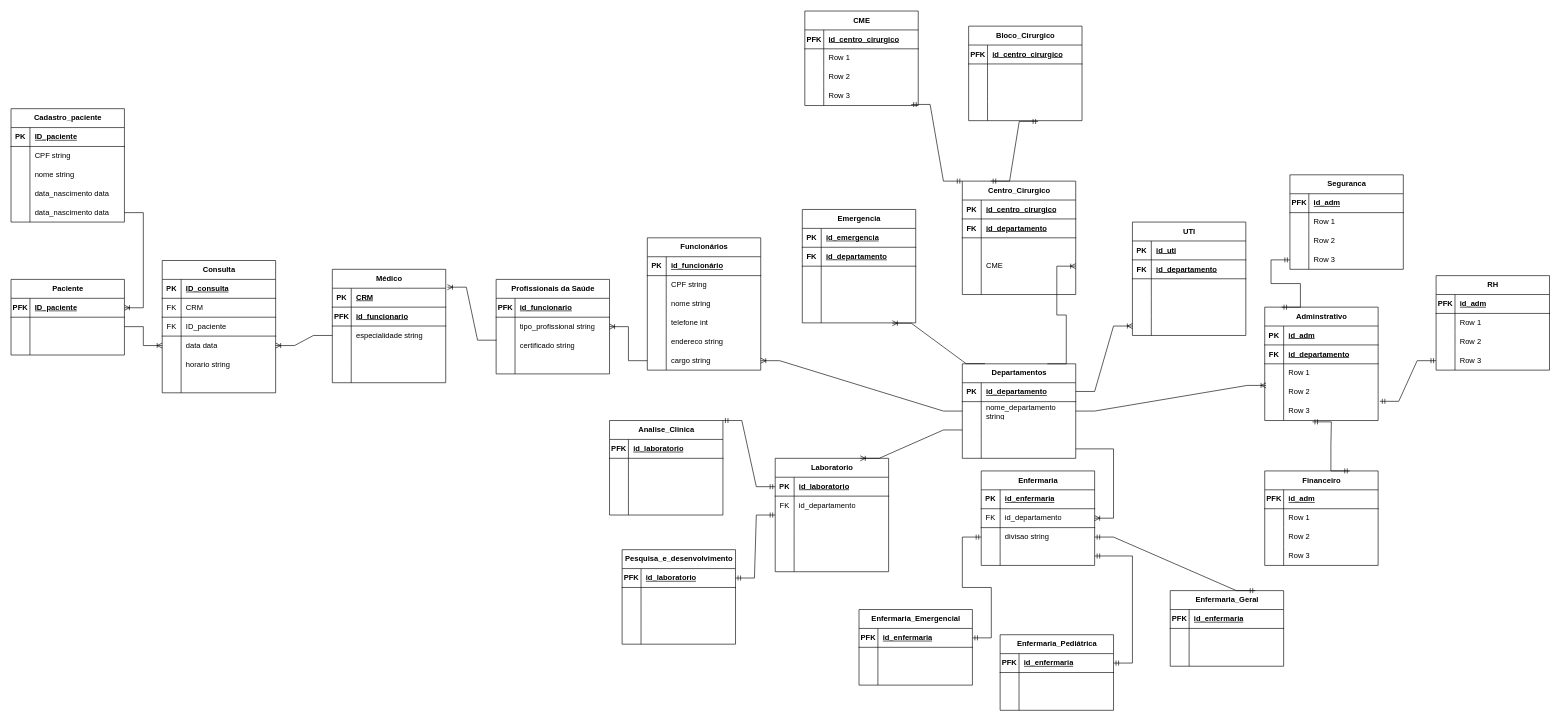
rafasilva9537/projeto_Hospital_BD keeps this draw.io diagram as Modelo Relacional/Modelo Lógico.drawio. Above is the earlier version. Source tidied: cells renumbered, new cells numbered last; positions are measured from the earlier drawing's top-left corner, leaving out a move shared by most shapes. Both pictures are drawn from the tidied source at 63%, with x=0, y=0 at pixel (11, 9).
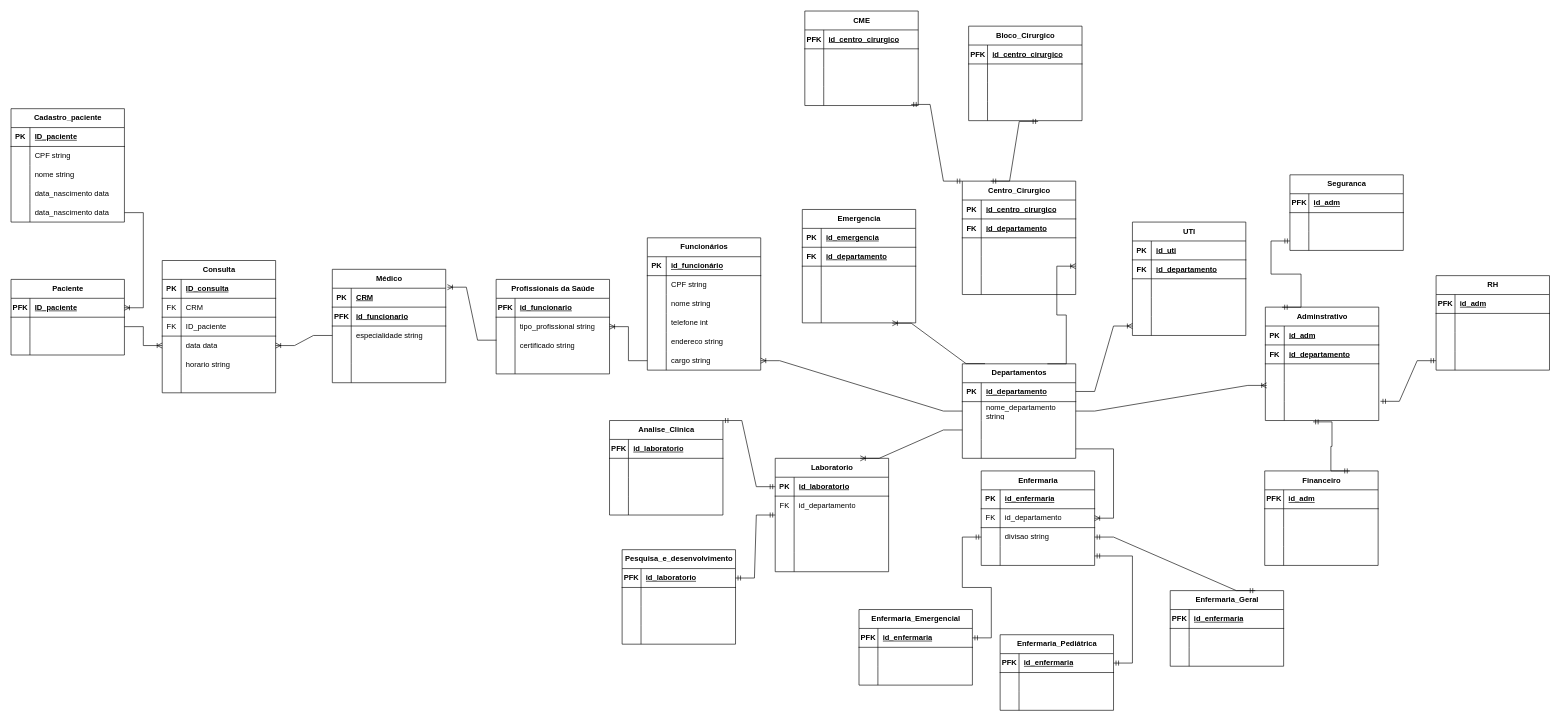
The same page after the edit.

Unchanged cells that the change refers to:
```xml
<mxCell id="41" style="shape=tableRow;horizontal=0;startSize=0;swimlaneHead=0;swimlaneBody=0;fillColor=none;top=0;left=0;right=0;bottom=0;" parent="34" vertex="1">
  <mxGeometry y="90" width="180" height="30" as="geometry" />
</mxCell>
<mxCell id="44" style="shape=tableRow;horizontal=0;startSize=0;swimlaneHead=0;swimlaneBody=0;fillColor=none;points=[[0,0.5],[1,0.5]];portConstraint=eastwest;top=0;left=0;right=0;bottom=0;" parent="34" vertex="1">
  <mxGeometry y="120" width="180" height="30" as="geometry" />
</mxCell>
<mxCell id="47" style="shape=tableRow;horizontal=0;startSize=0;swimlaneHead=0;swimlaneBody=0;fillColor=none;points=[[0,0.5],[1,0.5]];portConstraint=eastwest;top=0;left=0;right=0;bottom=0;" parent="34" vertex="1">
  <mxGeometry y="150" width="180" height="30" as="geometry" />
</mxCell>
<mxCell id="152" style="shape=tableRow;horizontal=0;startSize=0;swimlaneHead=0;swimlaneBody=0;fillColor=none;points=[[0,0.5],[1,0.5]];portConstraint=eastwest;top=0;left=0;right=0;bottom=0;" parent="142" vertex="1">
  <mxGeometry y="120" width="180" height="30" as="geometry" />
</mxCell>
<mxCell id="230" style="shape=tableRow;horizontal=0;startSize=0;swimlaneHead=0;swimlaneBody=0;fillColor=none;top=0;left=0;right=0;bottom=0;" parent="226" vertex="1">
  <mxGeometry y="60" width="180" height="30" as="geometry" />
</mxCell>
<mxCell id="233" style="shape=tableRow;horizontal=0;startSize=0;swimlaneHead=0;swimlaneBody=0;fillColor=none;top=0;left=0;right=0;bottom=0;" parent="226" vertex="1">
  <mxGeometry y="90" width="180" height="30" as="geometry" />
</mxCell>
<mxCell id="236" style="shape=tableRow;horizontal=0;startSize=0;swimlaneHead=0;swimlaneBody=0;fillColor=none;points=[[0,0.5],[1,0.5]];portConstraint=eastwest;top=0;left=0;right=0;bottom=0;" parent="226" vertex="1">
  <mxGeometry y="120" width="180" height="30" as="geometry" />
</mxCell>
<mxCell id="243" style="shape=tableRow;horizontal=0;startSize=0;swimlaneHead=0;swimlaneBody=0;fillColor=none;top=0;left=0;right=0;bottom=0;" parent="239" vertex="1">
  <mxGeometry y="60" width="180" height="30" as="geometry" />
</mxCell>
<mxCell id="246" style="shape=tableRow;horizontal=0;startSize=0;swimlaneHead=0;swimlaneBody=0;fillColor=none;top=0;left=0;right=0;bottom=0;" parent="239" vertex="1">
  <mxGeometry y="90" width="180" height="30" as="geometry" />
</mxCell>
<mxCell id="249" style="shape=tableRow;horizontal=0;startSize=0;swimlaneHead=0;swimlaneBody=0;fillColor=none;top=0;left=0;right=0;bottom=0;" parent="239" vertex="1">
  <mxGeometry y="120" width="180" height="30" as="geometry" />
</mxCell>
<mxCell id="256" style="shape=tableRow;horizontal=0;startSize=0;swimlaneHead=0;swimlaneBody=0;fillColor=none;top=0;left=0;right=0;bottom=0;" parent="252" vertex="1">
  <mxGeometry y="60" width="180" height="30" as="geometry" />
</mxCell>
<mxCell id="317" style="shape=tableRow;horizontal=0;startSize=0;swimlaneHead=0;swimlaneBody=0;fillColor=none;top=0;left=0;right=0;bottom=0;" parent="313" vertex="1">
  <mxGeometry y="60" width="180" height="30" as="geometry" />
</mxCell>
<mxCell id="320" style="shape=tableRow;horizontal=0;startSize=0;swimlaneHead=0;swimlaneBody=0;fillColor=none;top=0;left=0;right=0;bottom=0;" parent="313" vertex="1">
  <mxGeometry y="90" width="180" height="30" as="geometry" />
</mxCell>
<mxCell id="323" style="shape=tableRow;horizontal=0;startSize=0;swimlaneHead=0;swimlaneBody=0;fillColor=none;points=[[0,0.5],[1,0.5]];portConstraint=eastwest;top=0;left=0;right=0;bottom=0;" parent="313" vertex="1">
  <mxGeometry y="120" width="180" height="30" as="geometry" />
</mxCell>
```

Change to the diagram source:
```diff
@@
     <mxCell id="34" value="Adminstrativo" style="shape=table;startSize=30;childLayout=tableLayout;rowLines=0;fontStyle=1;align=center;html=1;" parent="1" vertex="1">
-      <mxGeometry x="1990" y="472" width="180" height="180" as="geometry" />
+      <mxGeometry x="1991" y="472" width="180" height="180" as="geometry" />
     </mxCell>
@@
-    <mxCell id="43" value="Row 1" style="shape=partialRectangle;fillColor=none;top=0;left=0;bottom=0;right=0;align=left;spacingLeft=6;overflow=hidden;whiteSpace=wrap;html=1;" parent="41" vertex="1">
+    <mxCell id="43" style="shape=partialRectangle;fillColor=none;top=0;left=0;bottom=0;right=0;align=left;spacingLeft=6;overflow=hidden;whiteSpace=wrap;html=1;" parent="41" vertex="1">
       <mxGeometry x="30" width="150" height="30" as="geometry" />
     </mxCell>
@@
-    <mxCell id="46" value="Row 2" style="shape=partialRectangle;fillColor=none;top=0;left=0;bottom=0;right=0;align=left;spacingLeft=6;overflow=hidden;whiteSpace=wrap;html=1;" parent="44" vertex="1">
+    <mxCell id="46" style="shape=partialRectangle;fillColor=none;top=0;left=0;bottom=0;right=0;align=left;spacingLeft=6;overflow=hidden;whiteSpace=wrap;html=1;" parent="44" vertex="1">
       <mxGeometry x="30" width="150" height="30" as="geometry" />
     </mxCell>
@@
-    <mxCell id="49" value="Row 3" style="shape=partialRectangle;fillColor=none;top=0;left=0;bottom=0;right=0;align=left;spacingLeft=6;overflow=hidden;whiteSpace=wrap;html=1;" parent="47" vertex="1">
+    <mxCell id="49" style="shape=partialRectangle;fillColor=none;top=0;left=0;bottom=0;right=0;align=left;spacingLeft=6;overflow=hidden;whiteSpace=wrap;html=1;" parent="47" vertex="1">
       <mxGeometry x="30" width="150" height="30" as="geometry" />
     </mxCell>
@@
-    <mxCell id="154" value="CME" style="shape=partialRectangle;fillColor=none;top=0;left=0;bottom=0;right=0;align=left;spacingLeft=6;overflow=hidden;whiteSpace=wrap;html=1;" parent="152" vertex="1">
+    <mxCell id="154" style="shape=partialRectangle;fillColor=none;top=0;left=0;bottom=0;right=0;align=left;spacingLeft=6;overflow=hidden;whiteSpace=wrap;html=1;" parent="152" vertex="1">
       <mxGeometry x="30" width="150" height="30" as="geometry" />
     </mxCell>
@@
-    <mxCell id="232" value="Row 1" style="shape=partialRectangle;fillColor=none;top=0;left=0;bottom=0;right=0;align=left;spacingLeft=6;overflow=hidden;whiteSpace=wrap;html=1;" parent="230" vertex="1">
+    <mxCell id="232" style="shape=partialRectangle;fillColor=none;top=0;left=0;bottom=0;right=0;align=left;spacingLeft=6;overflow=hidden;whiteSpace=wrap;html=1;" parent="230" vertex="1">
       <mxGeometry x="30" width="150" height="30" as="geometry" />
     </mxCell>
@@
-    <mxCell id="235" value="Row 2" style="shape=partialRectangle;fillColor=none;top=0;left=0;bottom=0;right=0;align=left;spacingLeft=6;overflow=hidden;whiteSpace=wrap;html=1;" parent="233" vertex="1">
+    <mxCell id="235" style="shape=partialRectangle;fillColor=none;top=0;left=0;bottom=0;right=0;align=left;spacingLeft=6;overflow=hidden;whiteSpace=wrap;html=1;" parent="233" vertex="1">
       <mxGeometry x="30" width="150" height="30" as="geometry" />
     </mxCell>
@@
-    <mxCell id="238" value="Row 3" style="shape=partialRectangle;fillColor=none;top=0;left=0;bottom=0;right=0;align=left;spacingLeft=6;overflow=hidden;whiteSpace=wrap;html=1;" parent="236" vertex="1">
+    <mxCell id="238" style="shape=partialRectangle;fillColor=none;top=0;left=0;bottom=0;right=0;align=left;spacingLeft=6;overflow=hidden;whiteSpace=wrap;html=1;" parent="236" vertex="1">
       <mxGeometry x="30" width="150" height="30" as="geometry" />
     </mxCell>
@@
-    <mxCell id="245" value="Row 1" style="shape=partialRectangle;fillColor=none;top=0;left=0;bottom=0;right=0;align=left;spacingLeft=6;overflow=hidden;whiteSpace=wrap;html=1;" parent="243" vertex="1">
+    <mxCell id="245" style="shape=partialRectangle;fillColor=none;top=0;left=0;bottom=0;right=0;align=left;spacingLeft=6;overflow=hidden;whiteSpace=wrap;html=1;" parent="243" vertex="1">
       <mxGeometry x="30" width="150" height="30" as="geometry" />
     </mxCell>
@@
-    <mxCell id="248" value="Row 2" style="shape=partialRectangle;fillColor=none;top=0;left=0;bottom=0;right=0;align=left;spacingLeft=6;overflow=hidden;whiteSpace=wrap;html=1;" parent="246" vertex="1">
+    <mxCell id="248" style="shape=partialRectangle;fillColor=none;top=0;left=0;bottom=0;right=0;align=left;spacingLeft=6;overflow=hidden;whiteSpace=wrap;html=1;" parent="246" vertex="1">
       <mxGeometry x="30" width="150" height="30" as="geometry" />
     </mxCell>
@@
-    <mxCell id="251" value="Row 3" style="shape=partialRectangle;fillColor=none;top=0;left=0;bottom=0;right=0;align=left;spacingLeft=6;overflow=hidden;whiteSpace=wrap;html=1;" parent="249" vertex="1">
+    <mxCell id="251" style="shape=partialRectangle;fillColor=none;top=0;left=0;bottom=0;right=0;align=left;spacingLeft=6;overflow=hidden;whiteSpace=wrap;html=1;" parent="249" vertex="1">
       <mxGeometry x="30" width="150" height="30" as="geometry" />
     </mxCell>
     <mxCell id="252" value="Seguranca" style="shape=table;startSize=30;childLayout=tableLayout;rowLines=0;fontStyle=1;align=center;html=1;" parent="1" vertex="1">
-      <mxGeometry x="2030" y="262" width="180" height="150" as="geometry" />
+      <mxGeometry x="2030" y="262" width="180" height="120" as="geometry" />
     </mxCell>
@@
-    <mxCell id="258" value="Row 1" style="shape=partialRectangle;fillColor=none;top=0;left=0;bottom=0;right=0;align=left;spacingLeft=6;overflow=hidden;whiteSpace=wrap;html=1;" parent="256" vertex="1">
+    <mxCell id="258" style="shape=partialRectangle;fillColor=none;top=0;left=0;bottom=0;right=0;align=left;spacingLeft=6;overflow=hidden;whiteSpace=wrap;html=1;" parent="256" vertex="1">
       <mxGeometry x="30" width="150" height="30" as="geometry" />
     </mxCell>
-    <mxCell id="259" style="shape=tableRow;horizontal=0;startSize=0;swimlaneHead=0;swimlaneBody=0;fillColor=none;top=0;left=0;right=0;bottom=0;" parent="252" vertex="1">
-      <mxGeometry y="90" width="180" height="30" as="geometry" />
-    </mxCell>
-    <mxCell id="260" style="shape=partialRectangle;fillColor=none;top=0;left=0;bottom=0;right=0;overflow=hidden;whiteSpace=wrap;html=1;" parent="259" vertex="1">
-      <mxGeometry width="30" height="30" as="geometry" />
-    </mxCell>
-    <mxCell id="261" value="Row 2" style="shape=partialRectangle;fillColor=none;top=0;left=0;bottom=0;right=0;align=left;spacingLeft=6;overflow=hidden;whiteSpace=wrap;html=1;" parent="259" vertex="1">
-      <mxGeometry x="30" width="150" height="30" as="geometry" />
-    </mxCell>
     <mxCell id="262" style="shape=tableRow;horizontal=0;startSize=0;swimlaneHead=0;swimlaneBody=0;fillColor=none;points=[[0,0.5],[1,0.5]];portConstraint=eastwest;top=0;left=0;right=0;bottom=0;" parent="252" vertex="1">
-      <mxGeometry y="120" width="180" height="30" as="geometry" />
+      <mxGeometry y="90" width="180" height="30" as="geometry" />
     </mxCell>
@@
-    <mxCell id="264" value="Row 3" style="shape=partialRectangle;fillColor=none;top=0;left=0;bottom=0;right=0;align=left;spacingLeft=6;overflow=hidden;whiteSpace=wrap;html=1;" parent="262" vertex="1">
+    <mxCell id="264" style="shape=partialRectangle;fillColor=none;top=0;left=0;bottom=0;right=0;align=left;spacingLeft=6;overflow=hidden;whiteSpace=wrap;html=1;" parent="262" vertex="1">
       <mxGeometry x="30" width="150" height="30" as="geometry" />
     </mxCell>
@@
-    <mxCell id="319" value="Row 1" style="shape=partialRectangle;fillColor=none;top=0;left=0;bottom=0;right=0;align=left;spacingLeft=6;overflow=hidden;whiteSpace=wrap;html=1;" parent="317" vertex="1">
+    <mxCell id="319" style="shape=partialRectangle;fillColor=none;top=0;left=0;bottom=0;right=0;align=left;spacingLeft=6;overflow=hidden;whiteSpace=wrap;html=1;" parent="317" vertex="1">
       <mxGeometry x="30" width="150" height="30" as="geometry" />
     </mxCell>
@@
-    <mxCell id="322" value="Row 2" style="shape=partialRectangle;fillColor=none;top=0;left=0;bottom=0;right=0;align=left;spacingLeft=6;overflow=hidden;whiteSpace=wrap;html=1;" parent="320" vertex="1">
+    <mxCell id="322" style="shape=partialRectangle;fillColor=none;top=0;left=0;bottom=0;right=0;align=left;spacingLeft=6;overflow=hidden;whiteSpace=wrap;html=1;" parent="320" vertex="1">
       <mxGeometry x="30" width="150" height="30" as="geometry" />
     </mxCell>
@@
-    <mxCell id="325" value="Row 3" style="shape=partialRectangle;fillColor=none;top=0;left=0;bottom=0;right=0;align=left;spacingLeft=6;overflow=hidden;whiteSpace=wrap;html=1;" parent="323" vertex="1">
+    <mxCell id="325" style="shape=partialRectangle;fillColor=none;top=0;left=0;bottom=0;right=0;align=left;spacingLeft=6;overflow=hidden;whiteSpace=wrap;html=1;" parent="323" vertex="1">
       <mxGeometry x="30" width="150" height="30" as="geometry" />
     </mxCell>
```
